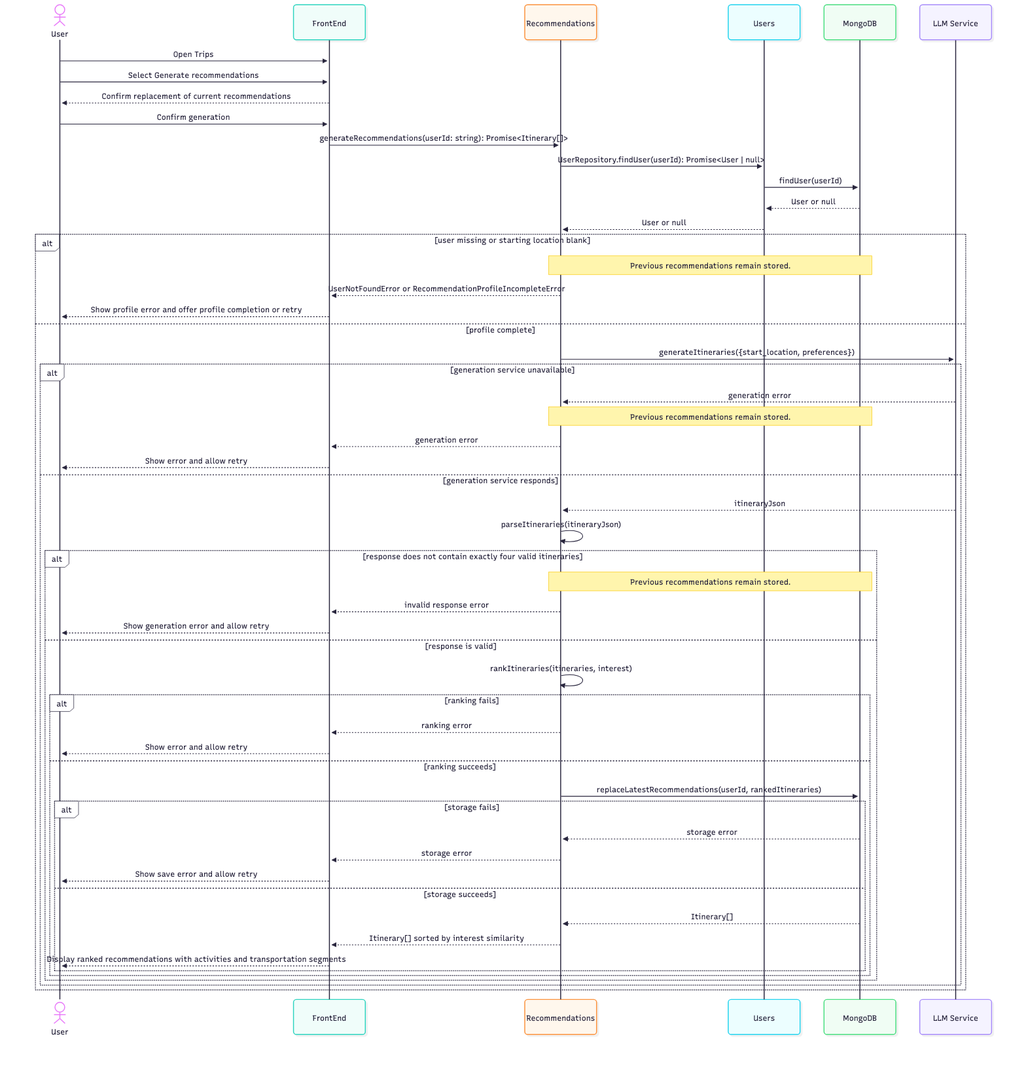
This is documentation/images/generate_itineraries_seq_diagram.png from islamhampriv/ExploreUBC, a Mermaid export, as it was before one commit. Its source is kept beside it as documentation/images/generate_itineraries_seq_diagram.mmd.
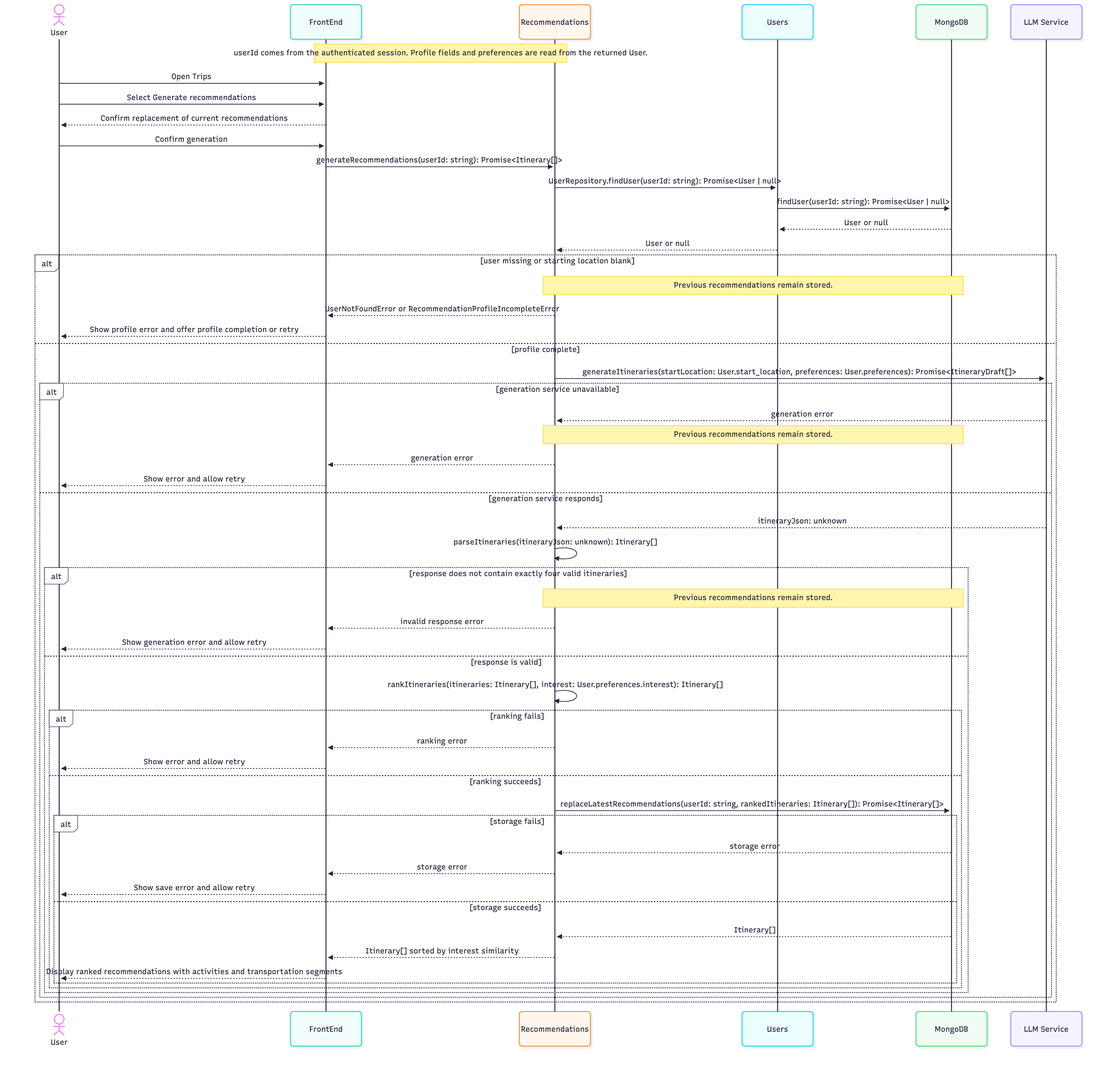
Above is the later version.

The edit, as a diff of the source:
```diff
@@ -6,13 +6,15 @@
     participant DB as MongoDB
     participant LLM as LLM Service
 
+    Note over App,Recommendations: userId comes from the authenticated session. Profile fields and preferences are read from the returned User.
+
     User->>App: Open Trips
     User->>App: Select Generate recommendations
     App-->>User: Confirm replacement of current recommendations
     User->>App: Confirm generation
     App->>Recommendations: generateRecommendations(userId: string): Promise<Itinerary[]>
-    Recommendations->>Users: UserRepository.findUser(userId): Promise<User | null>
-    Users->>DB: findUser(userId)
+    Recommendations->>Users: UserRepository.findUser(userId: string): Promise<User | null>
+    Users->>DB: findUser(userId: string): Promise<User | null>
     DB-->>Users: User or null
     Users-->>Recommendations: User or null
     alt user missing or starting location blank
@@ -20,26 +22,26 @@
         Recommendations-->>App: UserNotFoundError or RecommendationProfileIncompleteError
         App-->>User: Show profile error and offer profile completion or retry
     else profile complete
-        Recommendations->>LLM: generateItineraries({start_location, preferences})
+        Recommendations->>LLM: generateItineraries(startLocation: User.start_location, preferences: User.preferences): Promise<ItineraryDraft[]>
         alt generation service unavailable
             LLM-->>Recommendations: generation error
             Note over Recommendations,DB: Previous recommendations remain stored.
             Recommendations-->>App: generation error
             App-->>User: Show error and allow retry
         else generation service responds
-            LLM-->>Recommendations: itineraryJson
-            Recommendations->>Recommendations: parseItineraries(itineraryJson)
+            LLM-->>Recommendations: itineraryJson: unknown
+            Recommendations->>Recommendations: parseItineraries(itineraryJson: unknown): Itinerary[]
             alt response does not contain exactly four valid itineraries
                 Note over Recommendations,DB: Previous recommendations remain stored.
                 Recommendations-->>App: invalid response error
                 App-->>User: Show generation error and allow retry
             else response is valid
-                Recommendations->>Recommendations: rankItineraries(itineraries, interest)
+                Recommendations->>Recommendations: rankItineraries(itineraries: Itinerary[], interest: User.preferences.interest): Itinerary[]
                 alt ranking fails
                     Recommendations-->>App: ranking error
                     App-->>User: Show error and allow retry
                 else ranking succeeds
-                    Recommendations->>DB: replaceLatestRecommendations(userId, rankedItineraries)
+                    Recommendations->>DB: replaceLatestRecommendations(userId: string, rankedItineraries: Itinerary[]): Promise<Itinerary[]>
                     alt storage fails
                         DB-->>Recommendations: storage error
                         Recommendations-->>App: storage error
```
